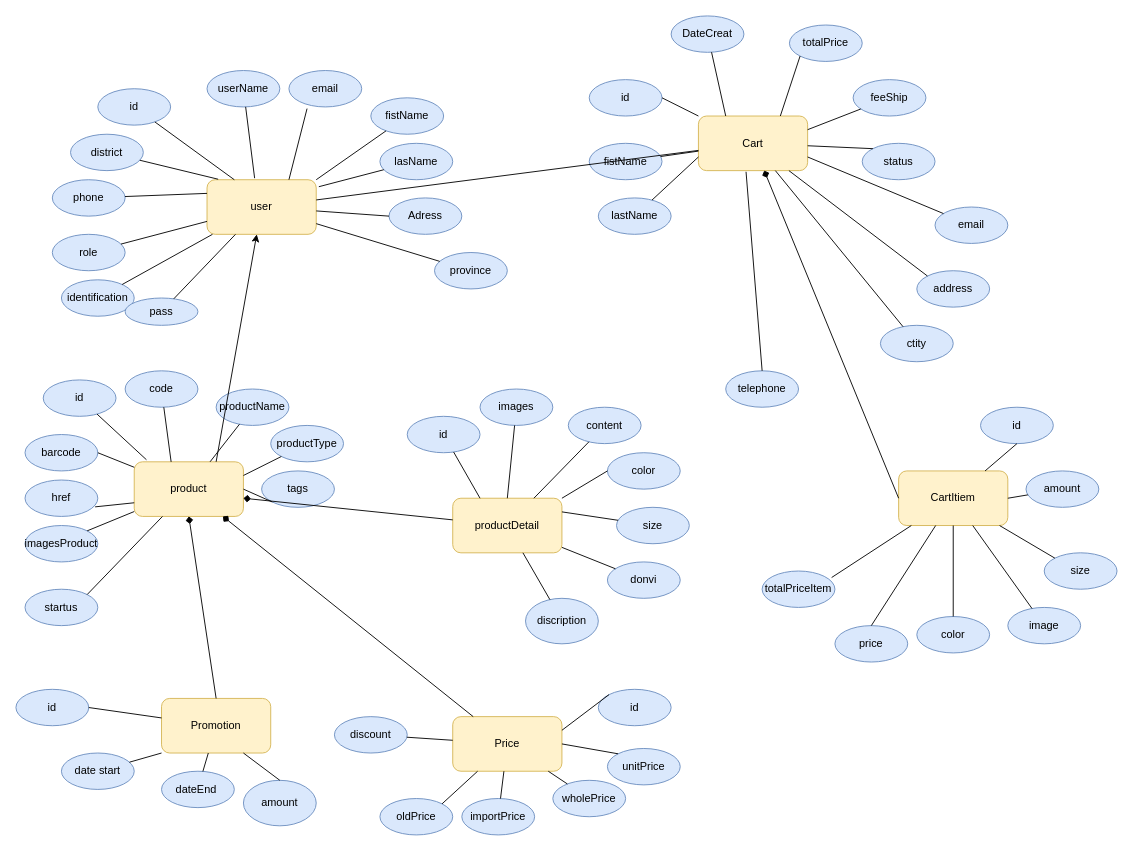
Earlier version of the draw.io diagram Untitled Diagram.drawio (son199967/web-seller). Source tidied: cells renumbered, new cells numbered last; positions are measured from the earlier drawing's top-left corner, leaving out a move shared by most shapes. Both pictures are drawn from the tidied source at 91%, with x=0, y=0 at pixel (15, 15).
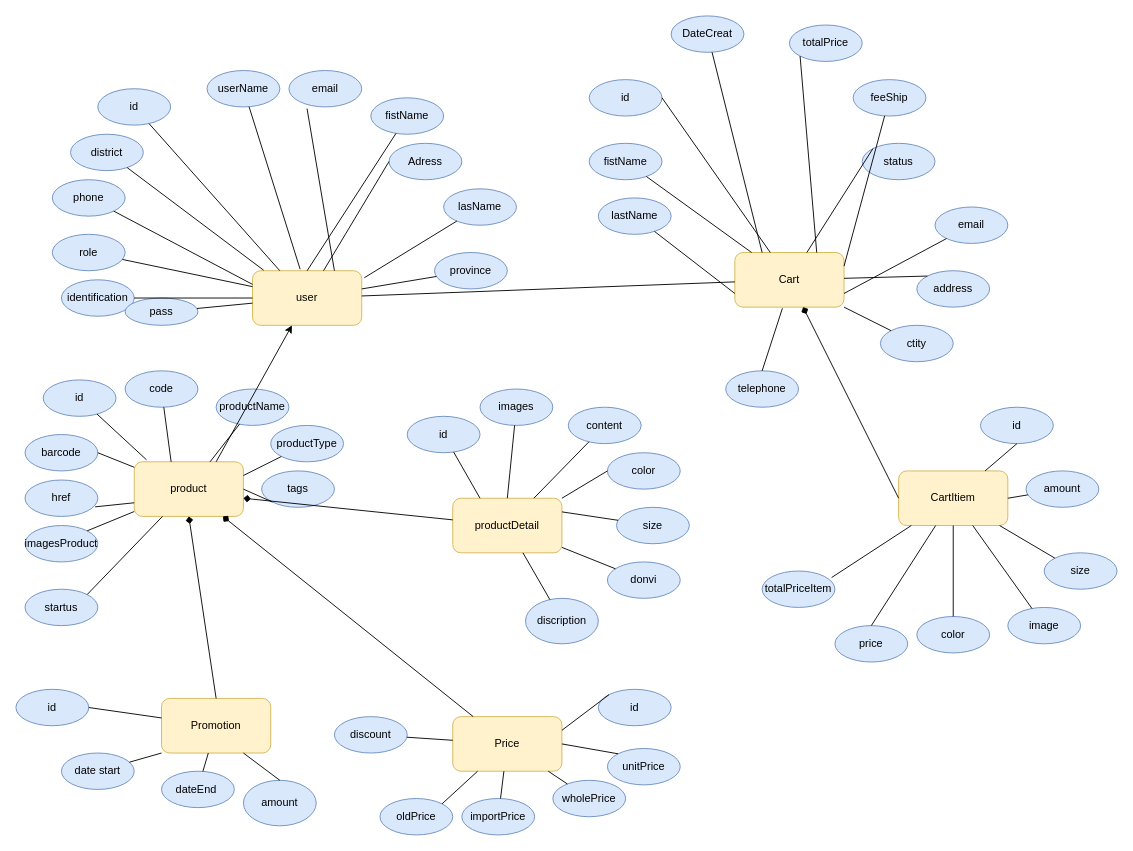
The same diagram, later.

The change refers to these unchanged cells:
```xml
<mxCell id="36" value="fistName" style="ellipse;whiteSpace=wrap;html=1;fillColor=#dae8fc;strokeColor=#6c8ebf;" parent="1" vertex="1">
  <mxGeometry x="390" y="90" width="80" height="40" as="geometry" />
</mxCell>
```

Diff of the diagram source:
```diff
@@
     <mxCell id="32" value="user" style="rounded=1;whiteSpace=wrap;html=1;fillColor=#fff2cc;strokeColor=#d6b656;" parent="1" vertex="1">
-      <mxGeometry x="210" y="180" width="120" height="60" as="geometry" />
+      <mxGeometry x="260" y="280" width="120" height="60" as="geometry" />
     </mxCell>
@@
     <mxCell id="37" value="lasName" style="ellipse;whiteSpace=wrap;html=1;fillColor=#dae8fc;strokeColor=#6c8ebf;" parent="1" vertex="1">
-      <mxGeometry x="400" y="140" width="80" height="40" as="geometry" />
+      <mxGeometry x="470" y="190" width="80" height="40" as="geometry" />
     </mxCell>
     <mxCell id="38" value="Adress" style="ellipse;whiteSpace=wrap;html=1;fillColor=#dae8fc;strokeColor=#6c8ebf;" parent="1" vertex="1">
-      <mxGeometry x="410" y="200" width="80" height="40" as="geometry" />
+      <mxGeometry x="410" y="140" width="80" height="40" as="geometry" />
     </mxCell>
@@
     <mxCell id="45" value="Cart" style="rounded=1;whiteSpace=wrap;html=1;fillColor=#fff2cc;strokeColor=#d6b656;" parent="1" vertex="1">
-      <mxGeometry x="750" y="110" width="120" height="60" as="geometry" />
+      <mxGeometry x="790" y="260" width="120" height="60" as="geometry" />
     </mxCell>
@@
-    <mxCell id="73" style="endArrow=none;html=1;" parent="1" edge="1" source="36">
-      <mxGeometry relative="1" as="geometry">
-        <mxPoint x="330" y="180" as="targetPoint" />
-      </mxGeometry>
+    <mxCell id="73" style="endArrow=none;html=1;entryX=0.5;entryY=0;entryDx=0;entryDy=0;" parent="1" edge="1" source="36" target="32">
+      <mxGeometry relative="1" as="geometry" />
     </mxCell>
```
